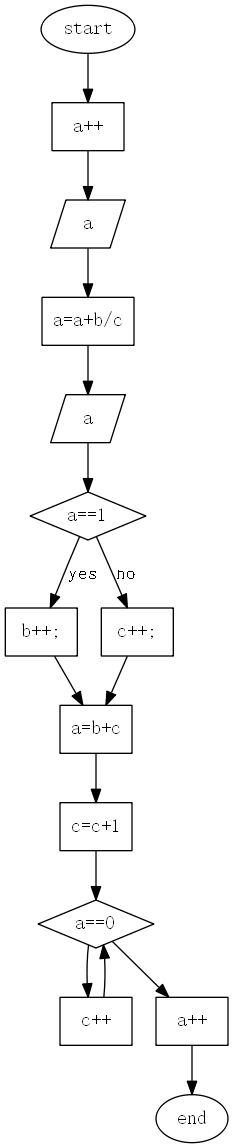
This is graph.png from TomSawyer2/C-transform, a Graphviz export, as it was before one commit. Its source is kept beside it as graph.dot.
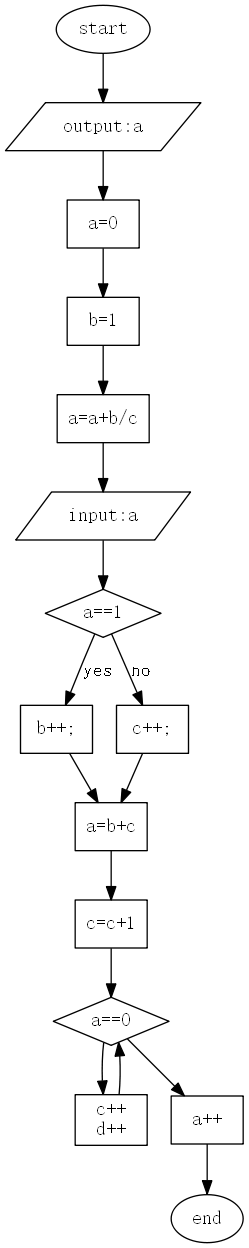
After the change.

The edit, as a diff of the source:
```diff
@@ -3,33 +3,36 @@
 node [shape=box, fontname="SimSun" size="20,20"];
 start [shape=ellipse, label="start"];
 start->equal1;
-equal1 [shape=box, label="a++"];
-equal1->equal2;
-equal2 [shape=parallelogram, label="a"];
-equal2->equal3;
-equal3 [shape=box, label="a=a+b/c"];
+equal1 [shape=parallelogram, label="output:a"];
+equal1->equal2
+equal2 [shape=box, label="a=0"];
+equal2->equal3
+equal3 [shape=box, label="b=1"];
 equal3->equal4;
-equal4 [shape=parallelogram, label="a"];
-equal4->equal5
-equal5 [shape=diamond, label="a==1"];
-equal5->equal6[label="yes"];
-equal6 [shape=box, label="b++;
+equal4 [shape=box, label="a=a+b/c"];
+equal4->equal5;
+equal5 [shape=parallelogram, label="input:a"];
+equal5->equal6
+equal6 [shape=diamond, label="a==1"];
+equal6->equal7[label="yes"];
+equal7 [shape=box, label="b++;
 "];
-equal5->equal7[label="no"];
-equal7 [shape=box, label="c++;
+equal6->equal8[label="no"];
+equal8 [shape=box, label="c++;
 "];
-equal6,equal7->equal8;
-equal8 [shape=box, label="a=b+c"];
-equal8->equal9;
-equal9 [shape=box, label="c=c+1"];
-equal9->equal10
-equal10 [shape=diamond, label="a==0"];
+equal7,equal8->equal9;
+equal9 [shape=box, label="a=b+c"];
+equal9->equal10;
+equal10 [shape=box, label="c=c+1"];
 equal10->equal11
-equal11 [shape=box, label="c++
+equal11 [shape=diamond, label="a==0"];
+equal11->equal12
+equal12 [shape=box, label="c++
+d++
 "];
-equal11->equal10
-equal10->equal12;
-equal12 [shape=box, label="a++"];
-equal12->end;
+equal12->equal11
+equal11->equal13;
+equal13 [shape=box, label="a++"];
+equal13->end;
 end [shape=ellipse, label="end"];
 }
```
